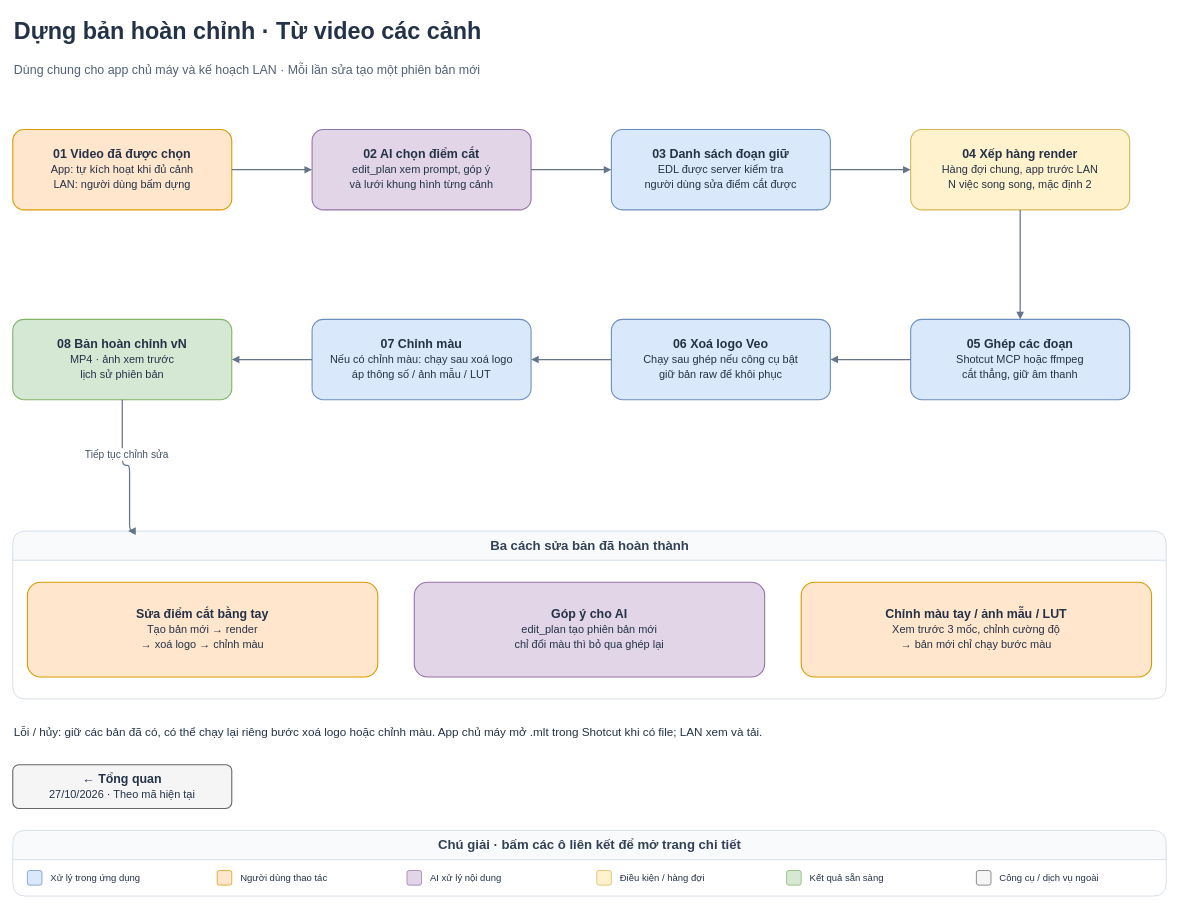
Before: page "04 · Bản hoàn chỉnh" (4 of 6) of autovideo-quy-trinh.drawio in thainv02/ai-vinhgia, a draw.io diagram. Source tidied: cells renumbered, new cells numbered last; positions are measured from the earlier drawing's top-left corner, leaving out a move shared by most shapes. Both pictures are drawn from the tidied source at 73%, with x=0, y=0 at pixel (12, 12).
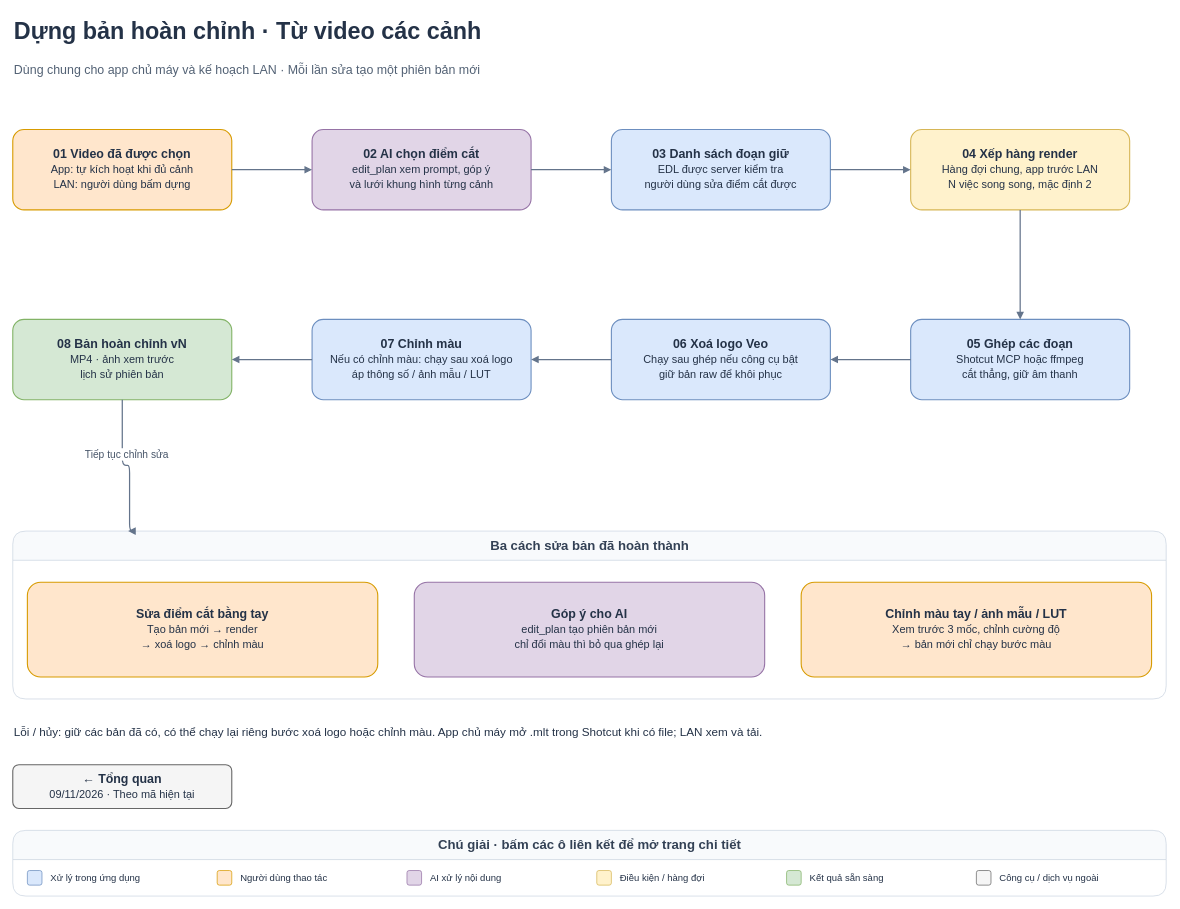
Above is the later version.

The edit, as a diff of the source:
```diff
@@
-    <mxCell id="25" value="&lt;b&gt;← Tổng quan&lt;/b&gt;&lt;br/&gt;&lt;font style=&quot;font-size:15px&quot;&gt;27/10/2026 · Theo mã hiện tại&lt;/font&gt;" style="rounded=1;arcSize=14;whiteSpace=wrap;html=1;fillColor=#f5f5f5;strokeColor=#666666;strokeWidth=1.5;fontFamily=Arial;fontSize=17;fontColor=#243247;spacing=12;align=center;verticalAlign=middle;" parent="1" vertex="1">
+    <mxCell id="25" value="&lt;b&gt;← Tổng quan&lt;/b&gt;&lt;br/&gt;&lt;font style=&quot;font-size:15px&quot;&gt;09/11/2026 · Theo mã hiện tại&lt;/font&gt;" style="rounded=1;arcSize=14;whiteSpace=wrap;html=1;fillColor=#f5f5f5;strokeColor=#666666;strokeWidth=1.5;fontFamily=Arial;fontSize=17;fontColor=#243247;spacing=12;align=center;verticalAlign=middle;" parent="1" vertex="1">
       <mxGeometry y="1030" width="300" height="60" as="geometry" />
     </mxCell>
```
